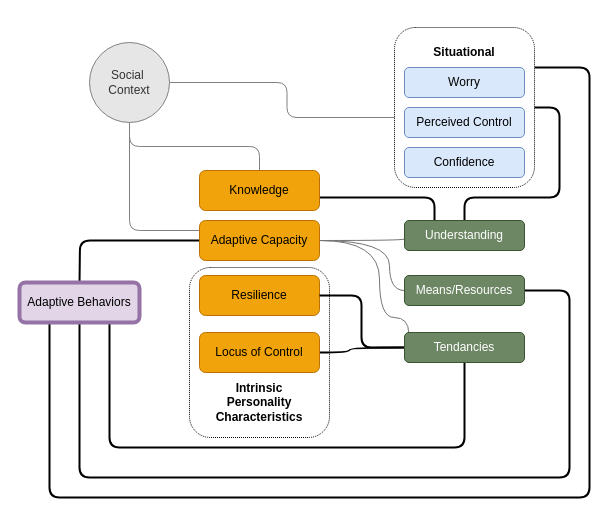
dealchre/gradDrawio keeps this draw.io diagram as Obj3_Framework.drawio. Above is the earlier version. Source tidied: cells renumbered, new cells numbered last; positions are measured from the earlier drawing's top-left corner, leaving out a move shared by most shapes. Both pictures are drawn from the tidied source at 100%, with x=0, y=0 at pixel (19, 27).
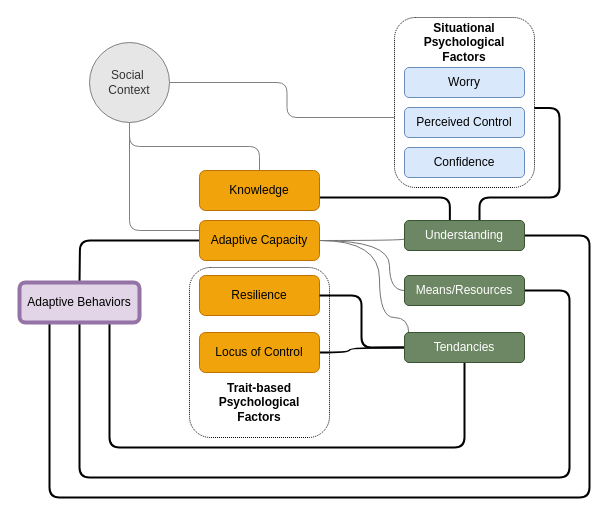
Above is the later version.

The change refers to these unchanged cells:
```xml
<mxCell id="12" value="Knowledge" style="rounded=1;whiteSpace=wrap;html=1;fillColor=#f0a30a;fontColor=#000000;strokeColor=#BD7000;" parent="1" vertex="1">
  <mxGeometry x="180" y="143" width="120" height="40" as="geometry" />
</mxCell>
<mxCell id="25" value="Understanding" style="rounded=1;whiteSpace=wrap;html=1;fillColor=#6d8764;fontColor=#ffffff;strokeColor=#3A5431;" parent="1" vertex="1">
  <mxGeometry x="385" y="193" width="120" height="30" as="geometry" />
</mxCell>
<mxCell id="32" value="Adaptive Behaviors" style="rounded=1;whiteSpace=wrap;html=1;fillColor=#e1d5e7;strokeColor=#9673a6;strokeWidth=4;" parent="1" vertex="1">
  <mxGeometry y="255" width="120" height="40" as="geometry" />
</mxCell>
```

The edit, as a diff of the source:
```diff
@@
-    <mxCell id="3" style="edgeStyle=orthogonalEdgeStyle;rounded=1;jettySize=auto;html=1;exitX=1;exitY=0.25;exitDx=0;exitDy=0;entryX=0.25;entryY=1;entryDx=0;entryDy=0;endArrow=none;endFill=0;curved=0;strokeWidth=2;" parent="1" edge="1" source="4" target="32">
+    <mxCell id="3" style="edgeStyle=orthogonalEdgeStyle;rounded=1;jettySize=auto;html=1;entryX=0.25;entryY=1;entryDx=0;entryDy=0;endArrow=none;endFill=0;curved=0;strokeWidth=2;exitX=1;exitY=0.5;exitDx=0;exitDy=0;" parent="1" edge="1" source="25" target="32">
       <mxGeometry relative="1" as="geometry">
         <Array as="points">
-          <mxPoint x="570" y="40" />
+          <mxPoint x="570" y="208" />
           <mxPoint x="570" y="470" />
           <mxPoint x="30" y="470" />
         </Array>
       </mxGeometry>
     </mxCell>
     <mxCell id="4" style="rounded=1;whiteSpace=wrap;html=1;fillColor=light-dark(#FFFFFF,transparent);strokeColor=light-dark(#000000,#1A1A1A);dashed=1;dashPattern=1 1;strokeWidth=1;" parent="1" vertex="1">
-      <mxGeometry x="375" width="140" height="160" as="geometry" />
+      <mxGeometry x="375" y="-10" width="140" height="170" as="geometry" />
     </mxCell>
@@
-    <mxCell id="11" style="edgeStyle=orthogonalEdgeStyle;rounded=1;jettySize=auto;html=1;entryX=0.25;entryY=0;entryDx=0;entryDy=0;strokeColor=light-dark(#000000,#EA6B66);endArrow=none;endFill=0;curved=0;strokeWidth=2;" parent="1" edge="1" source="12" target="25">
+    <mxCell id="11" style="edgeStyle=orthogonalEdgeStyle;rounded=1;jettySize=auto;html=1;entryX=0.378;entryY=0.029;entryDx=0;entryDy=0;strokeColor=light-dark(#000000,#EA6B66);endArrow=none;endFill=0;curved=0;strokeWidth=2;entryPerimeter=0;" parent="1" edge="1" source="12" target="25">
       <mxGeometry relative="1" as="geometry">
         <Array as="points">
-          <mxPoint x="415" y="170" />
+          <mxPoint x="430" y="170" />
+          <mxPoint x="430" y="193.9" />
         </Array>
       </mxGeometry>
     </mxCell>
@@
-    <mxCell id="24" style="edgeStyle=orthogonalEdgeStyle;rounded=1;jettySize=auto;html=1;exitX=0.5;exitY=0;exitDx=0;exitDy=0;entryX=1;entryY=0.5;entryDx=0;entryDy=0;strokeColor=light-dark(#000000,#EA6B66);endArrow=none;endFill=0;curved=0;strokeWidth=2;startArrow=none;startFill=0;" parent="1" edge="1" source="25" target="4">
+    <mxCell id="24" style="edgeStyle=orthogonalEdgeStyle;rounded=1;jettySize=auto;html=1;entryX=0.999;entryY=0.533;entryDx=0;entryDy=0;strokeColor=light-dark(#000000,#EA6B66);endArrow=none;endFill=0;curved=0;strokeWidth=2;startArrow=none;startFill=0;entryPerimeter=0;" parent="1" edge="1" source="25" target="4">
       <mxGeometry relative="1" as="geometry">
         <Array as="points">
-          <mxPoint x="445" y="170" />
+          <mxPoint x="460" y="170" />
           <mxPoint x="540" y="170" />
-          <mxPoint x="540" y="80" />
+          <mxPoint x="540" y="80.6" />
         </Array>
       </mxGeometry>
     </mxCell>
@@
-    <mxCell id="30" value="&lt;b&gt;Situational&lt;/b&gt;" style="text;html=1;whiteSpace=wrap;strokeColor=none;fillColor=none;align=center;verticalAlign=middle;rounded=0;" parent="1" vertex="1">
-      <mxGeometry x="415" y="10" width="60" height="30" as="geometry" />
+    <mxCell id="30" value="&lt;b&gt;Situational Psychological Factors&lt;/b&gt;" style="text;html=1;whiteSpace=wrap;strokeColor=none;fillColor=none;align=center;verticalAlign=middle;rounded=0;" parent="1" vertex="1">
+      <mxGeometry x="385" width="120" height="30" as="geometry" />
     </mxCell>
-    <mxCell id="31" value="&lt;b&gt;Intrinsic Personality Characteristics&lt;/b&gt;" style="text;html=1;whiteSpace=wrap;strokeColor=none;fillColor=none;align=center;verticalAlign=middle;rounded=0;" parent="1" vertex="1">
+    <mxCell id="31" value="&lt;b&gt;Trait-based Psychological Factors&lt;/b&gt;" style="text;html=1;whiteSpace=wrap;strokeColor=none;fillColor=none;align=center;verticalAlign=middle;rounded=0;" parent="1" vertex="1">
       <mxGeometry x="185" y="360" width="110" height="30" as="geometry" />
     </mxCell>
```
